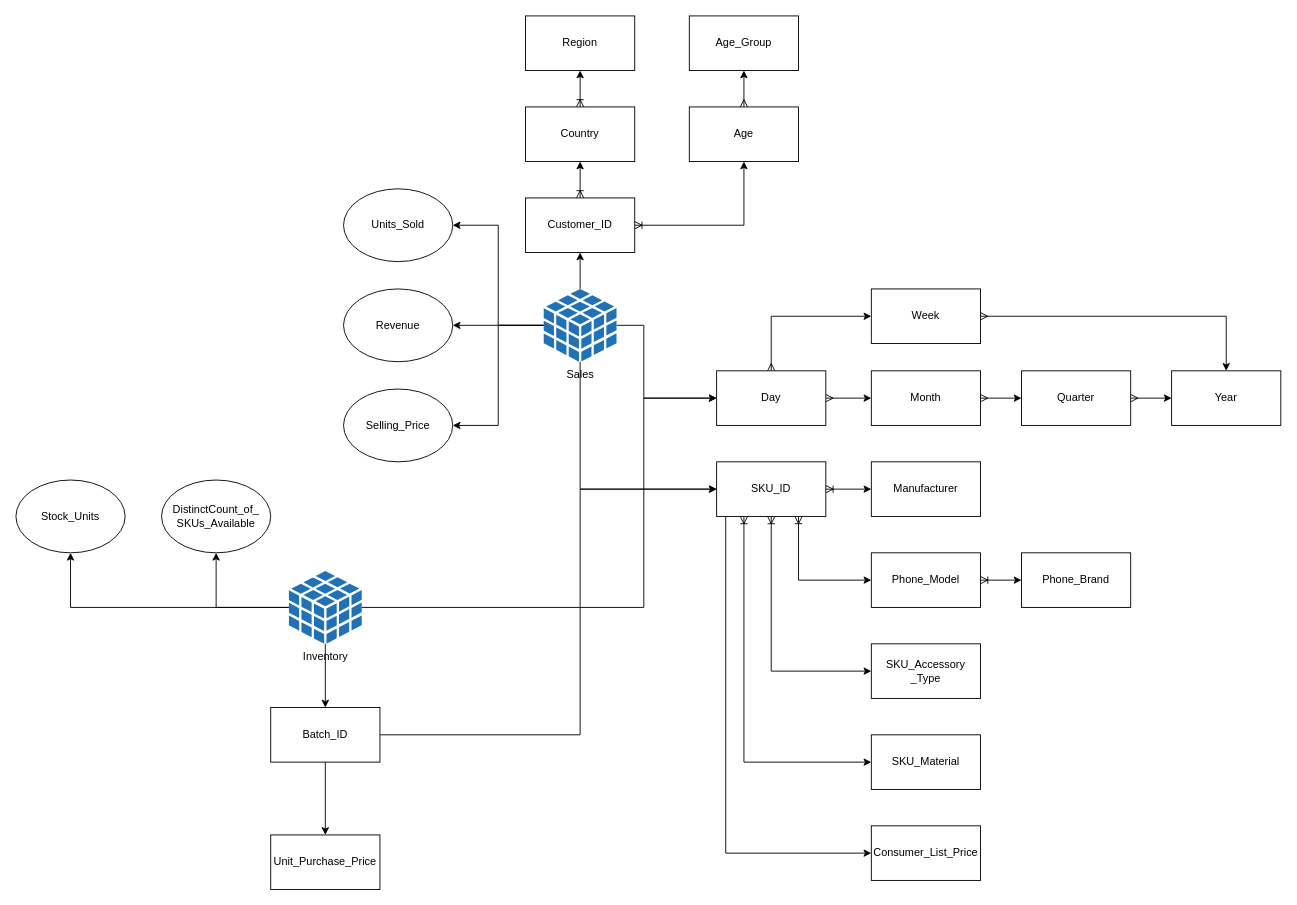
Before: Data Warehousing/MultiDim_Modelling_Exercise/M/ER_Diagram.drawio in pmarcello01/Marcell_Poerczi_BIPM2026, a draw.io diagram. Source tidied: cells renumbered, new cells numbered last; positions are measured from the earlier drawing's top-left corner, leaving out a move shared by most shapes. Both pictures are drawn from the tidied source at 91%, with x=0, y=0 at pixel (15, 15).
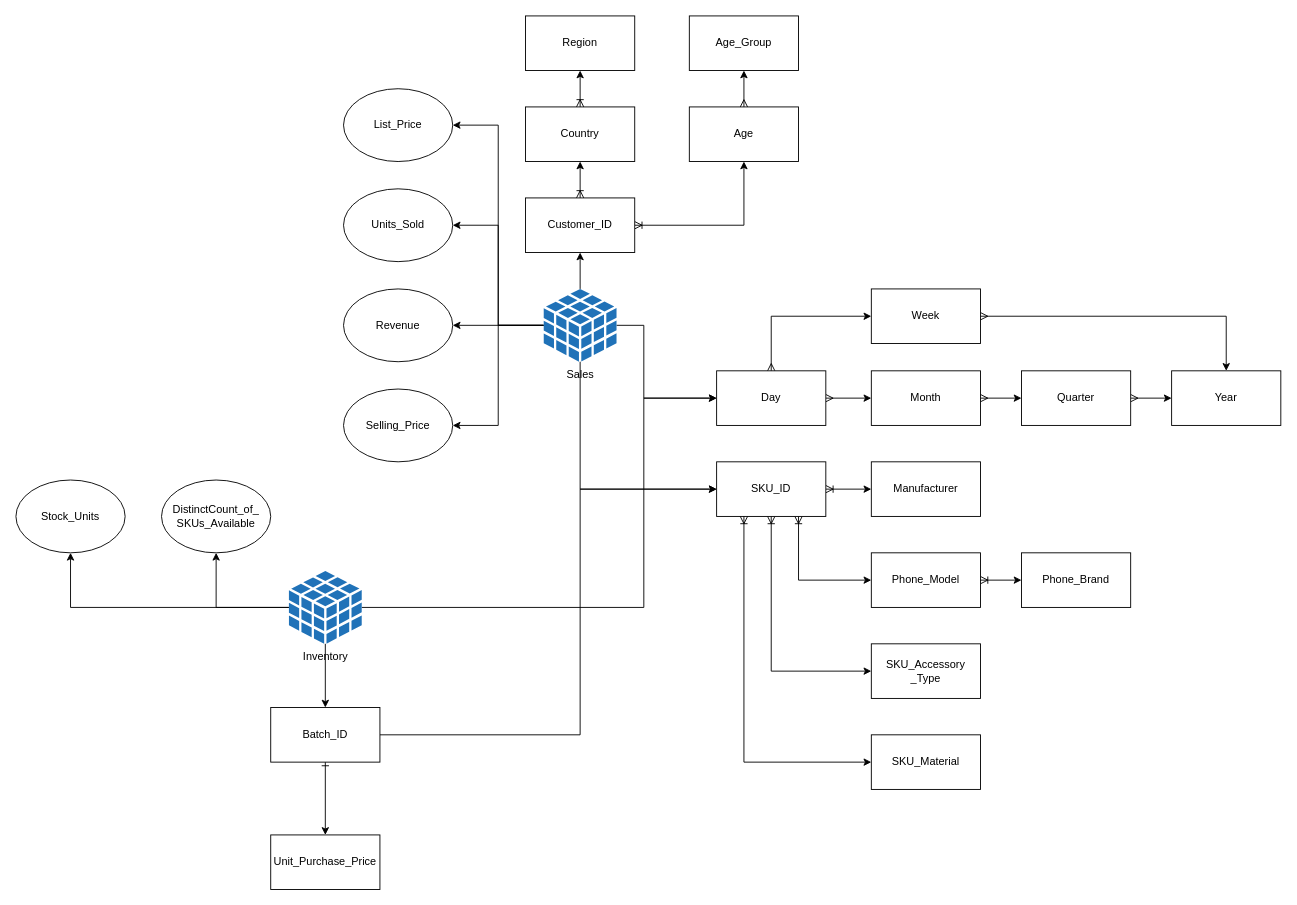
Above is the later version.

Unchanged cells that the change refers to:
```xml
<mxCell id="8" value="Sales" style="sketch=0;shadow=0;dashed=0;html=1;strokeColor=none;labelPosition=center;verticalLabelPosition=bottom;verticalAlign=top;outlineConnect=0;align=center;shape=mxgraph.office.databases.database_cube;fillColor=#2072B8;labelPerimeter=1;" parent="1" vertex="1">
  <mxGeometry x="580" y="300" width="80" height="80" as="geometry" />
</mxCell>
<mxCell id="23" value="SKU_ID" style="rounded=0;whiteSpace=wrap;html=1;" parent="1" vertex="1">
  <mxGeometry x="770" y="490" width="120" height="60" as="geometry" />
</mxCell>
<mxCell id="47" value="Batch_ID" style="rounded=0;whiteSpace=wrap;html=1;" parent="1" vertex="1">
  <mxGeometry x="280" y="760" width="120" height="60" as="geometry" />
</mxCell>
<mxCell id="48" value="Unit_Purchase_Price" style="rounded=0;whiteSpace=wrap;html=1;" parent="1" vertex="1">
  <mxGeometry x="280" y="900" width="120" height="60" as="geometry" />
</mxCell>
```

What changed in the source:
```diff
@@
+    <mxCell id="55" style="edgeStyle=orthogonalEdgeStyle;rounded=0;jettySize=auto;html=1;entryX=1;entryY=0.5;entryDx=0;entryDy=0;defaultLabelBackgroundColor=page;labelPadding=0 4;" parent="1" edge="1" source="8" target="56">
+      <mxGeometry relative="1" as="geometry" />
+    </mxCell>
@@
-    <mxCell id="22" style="edgeStyle=orthogonalEdgeStyle;rounded=0;jettySize=auto;html=1;defaultLabelBackgroundColor=page;labelPadding=0 4;" parent="1" edge="1" source="23" target="50">
-      <mxGeometry relative="1" as="geometry">
-        <Array as="points">
-          <mxPoint x="780" y="920" />
-        </Array>
-      </mxGeometry>
-    </mxCell>
@@
-    <mxCell id="46" style="edgeStyle=orthogonalEdgeStyle;rounded=0;jettySize=auto;html=1;defaultLabelBackgroundColor=page;labelPadding=0 4;" parent="1" edge="1" source="47" target="48">
+    <mxCell id="46" style="edgeStyle=orthogonalEdgeStyle;rounded=0;jettySize=auto;html=1;defaultLabelBackgroundColor=page;labelPadding=0 4;startArrow=ERone;startFill=0;" parent="1" edge="1" source="47" target="48">
       <mxGeometry relative="1" as="geometry" />
     </mxCell>
@@
-    <mxCell id="50" value="Consumer_List_Price" style="rounded=0;whiteSpace=wrap;html=1;" parent="1" vertex="1">
-      <mxGeometry x="940" y="890" width="120" height="60" as="geometry" />
-    </mxCell>
@@
+    <mxCell id="56" value="List_Price" style="ellipse;whiteSpace=wrap;html=1;shapeInside=1;" parent="1" vertex="1">
+      <mxGeometry x="360" y="80" width="120" height="80" as="geometry" />
+    </mxCell>
```
